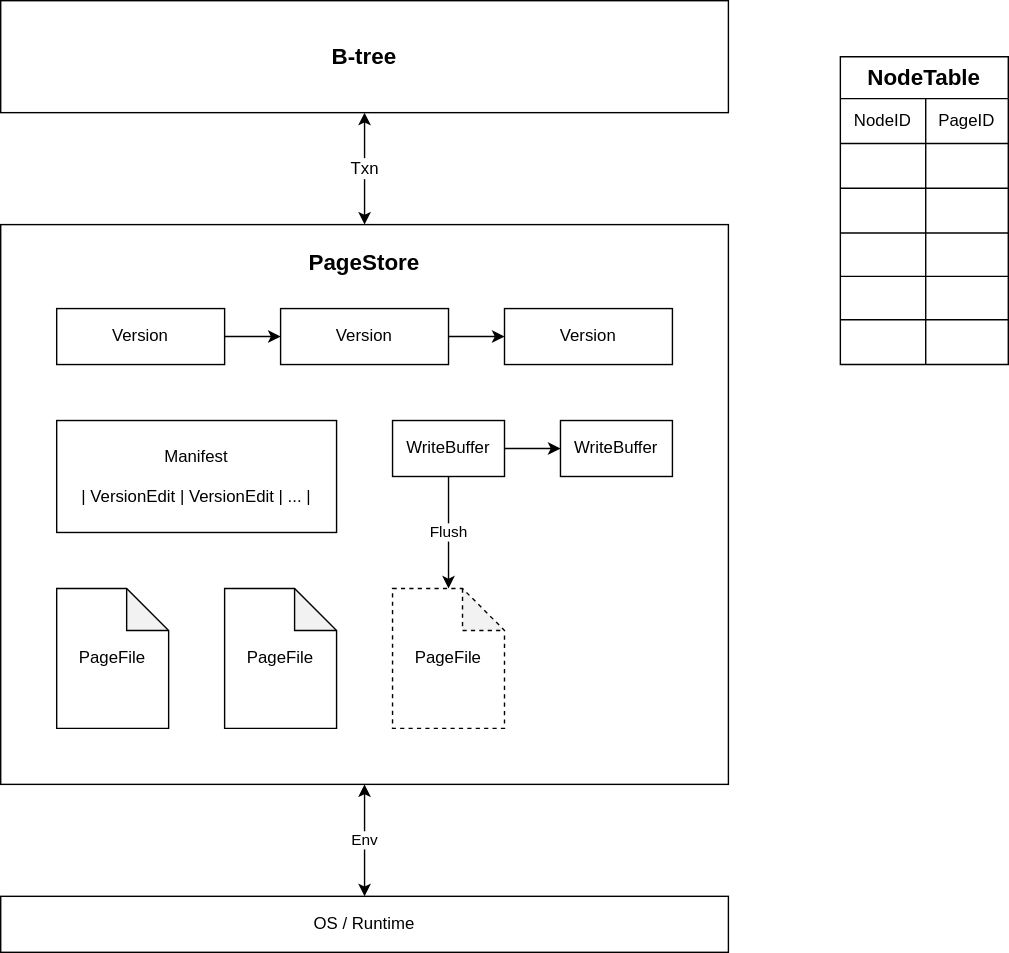
photondb/photondb keeps this draw.io diagram as doc/media/architecture.drawio.svg. Above is the earlier version. Source tidied: cells renumbered, new cells last; positions are measured from the earlier drawing's top-left corner, leaving out a move shared by most shapes. The source it was exported from:
```xml
<mxGraphModel>
  <root>
    <mxCell id="0" />
    <mxCell id="1" parent="0" />
    <mxCell id="2" value="Txn" style="edgeStyle=orthogonalEdgeStyle;rounded=0;jettySize=auto;html=1;exitX=0.5;exitY=1;exitDx=0;exitDy=0;entryX=0.5;entryY=0;entryDx=0;entryDy=0;fontSize=12;startArrow=classic;startFill=1;" parent="1" edge="1" source="3" target="5">
      <mxGeometry relative="1" as="geometry" />
    </mxCell>
    <mxCell id="3" value="B-tree" style="rounded=0;whiteSpace=wrap;html=1;fontStyle=1;fontSize=16;" parent="1" vertex="1">
      <mxGeometry width="520" height="80" as="geometry" />
    </mxCell>
    <mxCell id="4" value="Env" style="edgeStyle=orthogonalEdgeStyle;rounded=0;jettySize=auto;html=1;startArrow=classic;startFill=1;" parent="1" edge="1" source="5" target="38">
      <mxGeometry relative="1" as="geometry" />
    </mxCell>
    <mxCell id="5" value="PageStore&lt;br style=&quot;font-size: 16px;&quot; /&gt;&lt;br style=&quot;font-size: 16px;&quot; /&gt;&lt;br style=&quot;font-size: 16px;&quot; /&gt;&lt;br style=&quot;font-size: 16px;&quot; /&gt;&lt;br style=&quot;font-size: 16px;&quot; /&gt;&lt;br style=&quot;font-size: 16px;&quot; /&gt;&lt;br style=&quot;font-size: 16px;&quot; /&gt;&lt;br style=&quot;font-size: 16px;&quot; /&gt;&lt;br style=&quot;font-size: 16px;&quot; /&gt;&lt;br style=&quot;font-size: 16px;&quot; /&gt;&lt;br style=&quot;font-size: 16px;&quot; /&gt;&lt;br style=&quot;font-size: 16px;&quot; /&gt;&lt;br style=&quot;font-size: 16px;&quot; /&gt;&lt;br style=&quot;font-size: 16px;&quot; /&gt;&lt;br style=&quot;font-size: 16px;&quot; /&gt;&lt;br style=&quot;font-size: 16px;&quot; /&gt;&lt;br style=&quot;font-size: 16px;&quot; /&gt;&lt;br style=&quot;font-size: 16px;&quot; /&gt;&lt;br style=&quot;font-size: 16px;&quot; /&gt;" style="rounded=0;whiteSpace=wrap;html=1;fillColor=#ffffff;fontStyle=1;fontSize=16;" parent="1" vertex="1">
      <mxGeometry y="160" width="520" height="400" as="geometry" />
    </mxCell>
    <mxCell id="6" value="Manifest&lt;br /&gt;&lt;br /&gt;| VersionEdit | VersionEdit | ... |" style="rounded=0;whiteSpace=wrap;html=1;" parent="1" vertex="1">
      <mxGeometry x="40" y="300" width="200" height="80" as="geometry" />
    </mxCell>
    <mxCell id="7" style="edgeStyle=orthogonalEdgeStyle;rounded=0;jettySize=auto;html=1;" parent="1" edge="1" source="8" target="10">
      <mxGeometry relative="1" as="geometry" />
    </mxCell>
    <mxCell id="8" value="Version" style="rounded=0;whiteSpace=wrap;html=1;" parent="1" vertex="1">
      <mxGeometry x="40" y="220" width="120" height="40" as="geometry" />
    </mxCell>
    <mxCell id="9" style="edgeStyle=orthogonalEdgeStyle;rounded=0;jettySize=auto;html=1;" parent="1" edge="1" source="10" target="17">
      <mxGeometry relative="1" as="geometry" />
    </mxCell>
    <mxCell id="10" value="Version" style="rounded=0;whiteSpace=wrap;html=1;" parent="1" vertex="1">
      <mxGeometry x="200" y="220" width="120" height="40" as="geometry" />
    </mxCell>
    <mxCell id="11" style="edgeStyle=orthogonalEdgeStyle;rounded=0;jettySize=auto;html=1;" parent="1" edge="1" source="13" target="16">
      <mxGeometry relative="1" as="geometry" />
    </mxCell>
    <mxCell id="12" value="Flush" style="edgeStyle=orthogonalEdgeStyle;rounded=0;jettySize=auto;html=1;" parent="1" edge="1" source="13" target="18">
      <mxGeometry relative="1" as="geometry" />
    </mxCell>
    <mxCell id="13" value="WriteBuffer" style="rounded=0;whiteSpace=wrap;html=1;" parent="1" vertex="1">
      <mxGeometry x="280" y="300" width="80" height="40" as="geometry" />
    </mxCell>
    <mxCell id="14" value="PageFile" style="shape=note;whiteSpace=wrap;html=1;backgroundOutline=1;darkOpacity=0.05;" parent="1" vertex="1">
      <mxGeometry x="40" y="420" width="80" height="100" as="geometry" />
    </mxCell>
    <mxCell id="15" value="PageFile" style="shape=note;whiteSpace=wrap;html=1;backgroundOutline=1;darkOpacity=0.05;" parent="1" vertex="1">
      <mxGeometry x="160" y="420" width="80" height="100" as="geometry" />
    </mxCell>
    <mxCell id="16" value="WriteBuffer" style="rounded=0;whiteSpace=wrap;html=1;" parent="1" vertex="1">
      <mxGeometry x="400" y="300" width="80" height="40" as="geometry" />
    </mxCell>
    <mxCell id="17" value="Version" style="rounded=0;whiteSpace=wrap;html=1;" parent="1" vertex="1">
      <mxGeometry x="360" y="220" width="120" height="40" as="geometry" />
    </mxCell>
    <mxCell id="18" value="PageFile" style="shape=note;whiteSpace=wrap;html=1;backgroundOutline=1;darkOpacity=0.05;dashed=1;" parent="1" vertex="1">
      <mxGeometry x="280" y="420" width="80" height="100" as="geometry" />
    </mxCell>
    <mxCell id="19" value="NodeTable" style="shape=table;html=1;whiteSpace=wrap;startSize=30;fontStyle=1;align=center;fillColor=#ffffff;fontSize=16;" parent="1" vertex="1">
      <mxGeometry x="600" y="40" width="120" height="220" as="geometry" />
    </mxCell>
    <mxCell id="20" style="shape=partialRectangle;html=1;whiteSpace=wrap;fillColor=none;top=0;left=0;bottom=0;right=0;" parent="19" vertex="1">
      <mxGeometry y="30" width="120" height="32" as="geometry" />
    </mxCell>
    <mxCell id="21" value="NodeID" style="shape=partialRectangle;html=1;whiteSpace=wrap;fillColor=none;top=0;left=0;bottom=0;right=0;overflow=hidden;" parent="20" vertex="1">
      <mxGeometry width="61" height="32" as="geometry" />
    </mxCell>
    <mxCell id="22" value="PageID" style="shape=partialRectangle;html=1;whiteSpace=wrap;fillColor=none;top=0;left=0;bottom=0;right=0;overflow=hidden;" parent="20" vertex="1">
      <mxGeometry x="61" width="59" height="32" as="geometry" />
    </mxCell>
    <mxCell id="23" style="shape=partialRectangle;html=1;whiteSpace=wrap;fillColor=none;top=0;left=0;bottom=0;right=0;" parent="19" vertex="1">
      <mxGeometry y="62" width="120" height="32" as="geometry" />
    </mxCell>
    <mxCell id="24" style="shape=partialRectangle;html=1;whiteSpace=wrap;fillColor=none;top=0;left=0;bottom=0;right=0;overflow=hidden;" parent="23" vertex="1">
      <mxGeometry width="61" height="32" as="geometry" />
    </mxCell>
    <mxCell id="25" style="shape=partialRectangle;html=1;whiteSpace=wrap;fillColor=none;top=0;left=0;bottom=0;right=0;overflow=hidden;" parent="23" vertex="1">
      <mxGeometry x="61" width="59" height="32" as="geometry" />
    </mxCell>
    <mxCell id="26" style="shape=partialRectangle;html=1;whiteSpace=wrap;fillColor=none;top=0;left=0;bottom=0;right=0;" parent="19" vertex="1">
      <mxGeometry y="94" width="120" height="32" as="geometry" />
    </mxCell>
    <mxCell id="27" style="shape=partialRectangle;html=1;whiteSpace=wrap;fillColor=none;top=0;left=0;bottom=0;right=0;overflow=hidden;" parent="26" vertex="1">
      <mxGeometry width="61" height="32" as="geometry" />
    </mxCell>
    <mxCell id="28" style="shape=partialRectangle;html=1;whiteSpace=wrap;fillColor=none;top=0;left=0;bottom=0;right=0;overflow=hidden;" parent="26" vertex="1">
      <mxGeometry x="61" width="59" height="32" as="geometry" />
    </mxCell>
    <mxCell id="29" style="shape=partialRectangle;html=1;whiteSpace=wrap;fillColor=none;top=0;left=0;bottom=0;right=0;" parent="19" vertex="1">
      <mxGeometry y="126" width="120" height="31" as="geometry" />
    </mxCell>
    <mxCell id="30" style="shape=partialRectangle;html=1;whiteSpace=wrap;fillColor=none;top=0;left=0;bottom=0;right=0;overflow=hidden;" parent="29" vertex="1">
      <mxGeometry width="61" height="31" as="geometry" />
    </mxCell>
    <mxCell id="31" style="shape=partialRectangle;html=1;whiteSpace=wrap;fillColor=none;top=0;left=0;bottom=0;right=0;overflow=hidden;" parent="29" vertex="1">
      <mxGeometry x="61" width="59" height="31" as="geometry" />
    </mxCell>
    <mxCell id="32" style="shape=partialRectangle;html=1;whiteSpace=wrap;fillColor=none;top=0;left=0;bottom=0;right=0;" parent="19" vertex="1">
      <mxGeometry y="157" width="120" height="31" as="geometry" />
    </mxCell>
    <mxCell id="33" style="shape=partialRectangle;html=1;whiteSpace=wrap;fillColor=none;top=0;left=0;bottom=0;right=0;overflow=hidden;" parent="32" vertex="1">
      <mxGeometry width="61" height="31" as="geometry" />
    </mxCell>
    <mxCell id="34" style="shape=partialRectangle;html=1;whiteSpace=wrap;fillColor=none;top=0;left=0;bottom=0;right=0;overflow=hidden;" parent="32" vertex="1">
      <mxGeometry x="61" width="59" height="31" as="geometry" />
    </mxCell>
    <mxCell id="35" style="shape=partialRectangle;html=1;whiteSpace=wrap;fillColor=none;top=0;left=0;bottom=0;right=0;" parent="19" vertex="1">
      <mxGeometry y="188" width="120" height="32" as="geometry" />
    </mxCell>
    <mxCell id="36" style="shape=partialRectangle;html=1;whiteSpace=wrap;fillColor=none;top=0;left=0;bottom=0;right=0;overflow=hidden;" parent="35" vertex="1">
      <mxGeometry width="61" height="32" as="geometry" />
    </mxCell>
    <mxCell id="37" style="shape=partialRectangle;html=1;whiteSpace=wrap;fillColor=none;top=0;left=0;bottom=0;right=0;overflow=hidden;" parent="35" vertex="1">
      <mxGeometry x="61" width="59" height="32" as="geometry" />
    </mxCell>
    <mxCell id="38" value="OS / Runtime" style="rounded=0;whiteSpace=wrap;html=1;" parent="1" vertex="1">
      <mxGeometry y="640" width="520" height="40" as="geometry" />
    </mxCell>
  </root>
</mxGraphModel>
```
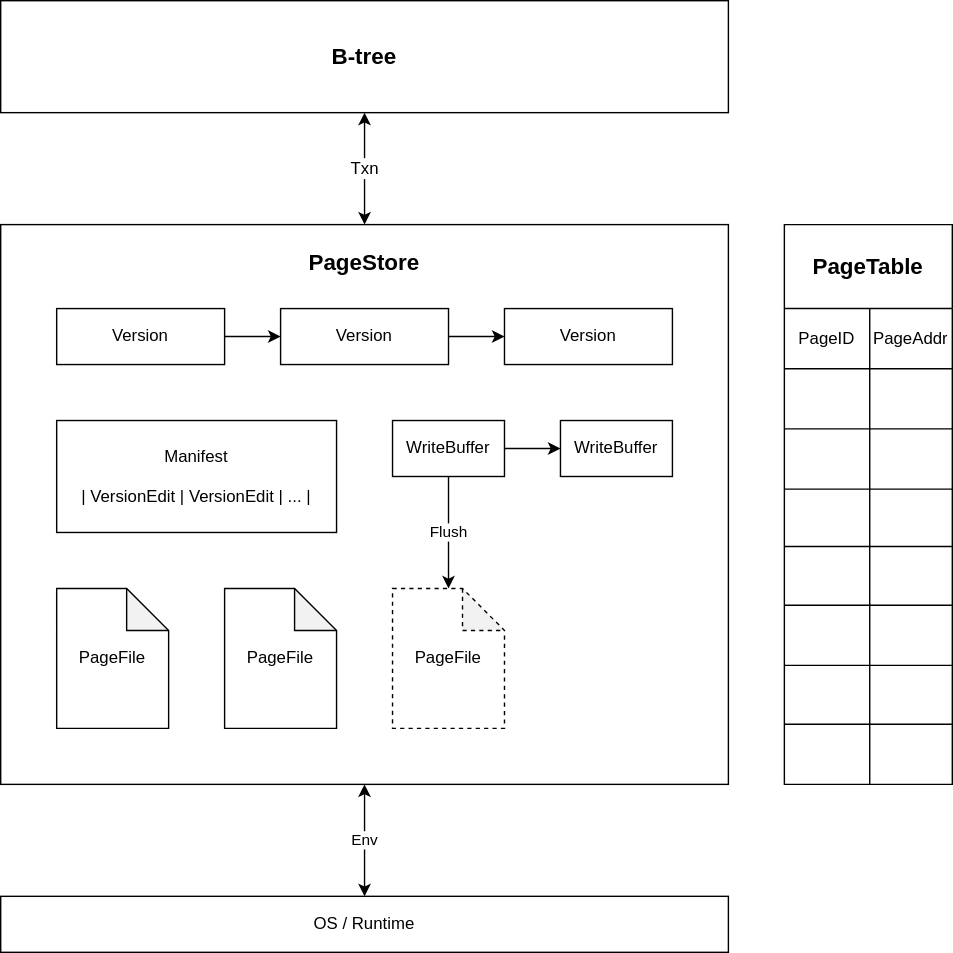
The same file after the commit.

Diff of the diagram source:
```diff
@@ -53,63 +53,81 @@
     <mxCell id="18" value="PageFile" style="shape=note;whiteSpace=wrap;html=1;backgroundOutline=1;darkOpacity=0.05;dashed=1;" parent="1" vertex="1">
       <mxGeometry x="280" y="420" width="80" height="100" as="geometry" />
     </mxCell>
-    <mxCell id="19" value="NodeTable" style="shape=table;html=1;whiteSpace=wrap;startSize=30;fontStyle=1;align=center;fillColor=#ffffff;fontSize=16;" parent="1" vertex="1">
-      <mxGeometry x="600" y="40" width="120" height="220" as="geometry" />
+    <mxCell id="19" value="PageTable" style="shape=table;html=1;whiteSpace=wrap;startSize=60;fontStyle=1;align=center;fillColor=#ffffff;fontSize=16;" parent="1" vertex="1">
+      <mxGeometry x="560" y="160" width="120" height="400" as="geometry" />
     </mxCell>
     <mxCell id="20" style="shape=partialRectangle;html=1;whiteSpace=wrap;fillColor=none;top=0;left=0;bottom=0;right=0;" parent="19" vertex="1">
-      <mxGeometry y="30" width="120" height="32" as="geometry" />
+      <mxGeometry y="60" width="120" height="43" as="geometry" />
     </mxCell>
-    <mxCell id="21" value="NodeID" style="shape=partialRectangle;html=1;whiteSpace=wrap;fillColor=none;top=0;left=0;bottom=0;right=0;overflow=hidden;" parent="20" vertex="1">
-      <mxGeometry width="61" height="32" as="geometry" />
+    <mxCell id="21" value="PageID" style="shape=partialRectangle;html=1;whiteSpace=wrap;fillColor=none;top=0;left=0;bottom=0;right=0;overflow=hidden;" parent="20" vertex="1">
+      <mxGeometry width="61" height="43" as="geometry" />
     </mxCell>
-    <mxCell id="22" value="PageID" style="shape=partialRectangle;html=1;whiteSpace=wrap;fillColor=none;top=0;left=0;bottom=0;right=0;overflow=hidden;" parent="20" vertex="1">
-      <mxGeometry x="61" width="59" height="32" as="geometry" />
+    <mxCell id="22" value="PageAddr" style="shape=partialRectangle;html=1;whiteSpace=wrap;fillColor=none;top=0;left=0;bottom=0;right=0;overflow=hidden;" parent="20" vertex="1">
+      <mxGeometry x="61" width="59" height="43" as="geometry" />
     </mxCell>
     <mxCell id="23" style="shape=partialRectangle;html=1;whiteSpace=wrap;fillColor=none;top=0;left=0;bottom=0;right=0;" parent="19" vertex="1">
-      <mxGeometry y="62" width="120" height="32" as="geometry" />
+      <mxGeometry y="103" width="120" height="43" as="geometry" />
     </mxCell>
     <mxCell id="24" style="shape=partialRectangle;html=1;whiteSpace=wrap;fillColor=none;top=0;left=0;bottom=0;right=0;overflow=hidden;" parent="23" vertex="1">
-      <mxGeometry width="61" height="32" as="geometry" />
+      <mxGeometry width="61" height="43" as="geometry" />
     </mxCell>
     <mxCell id="25" style="shape=partialRectangle;html=1;whiteSpace=wrap;fillColor=none;top=0;left=0;bottom=0;right=0;overflow=hidden;" parent="23" vertex="1">
-      <mxGeometry x="61" width="59" height="32" as="geometry" />
+      <mxGeometry x="61" width="59" height="43" as="geometry" />
     </mxCell>
     <mxCell id="26" style="shape=partialRectangle;html=1;whiteSpace=wrap;fillColor=none;top=0;left=0;bottom=0;right=0;" parent="19" vertex="1">
-      <mxGeometry y="94" width="120" height="32" as="geometry" />
+      <mxGeometry y="146" width="120" height="43" as="geometry" />
     </mxCell>
     <mxCell id="27" style="shape=partialRectangle;html=1;whiteSpace=wrap;fillColor=none;top=0;left=0;bottom=0;right=0;overflow=hidden;" parent="26" vertex="1">
-      <mxGeometry width="61" height="32" as="geometry" />
+      <mxGeometry width="61" height="43" as="geometry" />
     </mxCell>
     <mxCell id="28" style="shape=partialRectangle;html=1;whiteSpace=wrap;fillColor=none;top=0;left=0;bottom=0;right=0;overflow=hidden;" parent="26" vertex="1">
-      <mxGeometry x="61" width="59" height="32" as="geometry" />
+      <mxGeometry x="61" width="59" height="43" as="geometry" />
     </mxCell>
     <mxCell id="29" style="shape=partialRectangle;html=1;whiteSpace=wrap;fillColor=none;top=0;left=0;bottom=0;right=0;" parent="19" vertex="1">
-      <mxGeometry y="126" width="120" height="31" as="geometry" />
+      <mxGeometry y="189" width="120" height="41" as="geometry" />
     </mxCell>
     <mxCell id="30" style="shape=partialRectangle;html=1;whiteSpace=wrap;fillColor=none;top=0;left=0;bottom=0;right=0;overflow=hidden;" parent="29" vertex="1">
-      <mxGeometry width="61" height="31" as="geometry" />
+      <mxGeometry width="61" height="41" as="geometry" />
     </mxCell>
     <mxCell id="31" style="shape=partialRectangle;html=1;whiteSpace=wrap;fillColor=none;top=0;left=0;bottom=0;right=0;overflow=hidden;" parent="29" vertex="1">
-      <mxGeometry x="61" width="59" height="31" as="geometry" />
+      <mxGeometry x="61" width="59" height="41" as="geometry" />
     </mxCell>
     <mxCell id="32" style="shape=partialRectangle;html=1;whiteSpace=wrap;fillColor=none;top=0;left=0;bottom=0;right=0;" parent="19" vertex="1">
-      <mxGeometry y="157" width="120" height="31" as="geometry" />
+      <mxGeometry y="230" width="120" height="42" as="geometry" />
     </mxCell>
     <mxCell id="33" style="shape=partialRectangle;html=1;whiteSpace=wrap;fillColor=none;top=0;left=0;bottom=0;right=0;overflow=hidden;" parent="32" vertex="1">
-      <mxGeometry width="61" height="31" as="geometry" />
+      <mxGeometry width="61" height="42" as="geometry" />
     </mxCell>
     <mxCell id="34" style="shape=partialRectangle;html=1;whiteSpace=wrap;fillColor=none;top=0;left=0;bottom=0;right=0;overflow=hidden;" parent="32" vertex="1">
-      <mxGeometry x="61" width="59" height="31" as="geometry" />
+      <mxGeometry x="61" width="59" height="42" as="geometry" />
     </mxCell>
     <mxCell id="35" style="shape=partialRectangle;html=1;whiteSpace=wrap;fillColor=none;top=0;left=0;bottom=0;right=0;" parent="19" vertex="1">
-      <mxGeometry y="188" width="120" height="32" as="geometry" />
+      <mxGeometry y="272" width="120" height="43" as="geometry" />
     </mxCell>
     <mxCell id="36" style="shape=partialRectangle;html=1;whiteSpace=wrap;fillColor=none;top=0;left=0;bottom=0;right=0;overflow=hidden;" parent="35" vertex="1">
-      <mxGeometry width="61" height="32" as="geometry" />
+      <mxGeometry width="61" height="43" as="geometry" />
     </mxCell>
     <mxCell id="37" style="shape=partialRectangle;html=1;whiteSpace=wrap;fillColor=none;top=0;left=0;bottom=0;right=0;overflow=hidden;" parent="35" vertex="1">
-      <mxGeometry x="61" width="59" height="32" as="geometry" />
+      <mxGeometry x="61" width="59" height="43" as="geometry" />
     </mxCell>
+    <mxCell id="39" style="shape=partialRectangle;html=1;whiteSpace=wrap;fillColor=none;top=0;left=0;bottom=0;right=0;" parent="19" vertex="1">
+      <mxGeometry y="315" width="120" height="42" as="geometry" />
+    </mxCell>
+    <mxCell id="40" style="shape=partialRectangle;html=1;whiteSpace=wrap;fillColor=none;top=0;left=0;bottom=0;right=0;overflow=hidden;" parent="39" vertex="1">
+      <mxGeometry width="61" height="42" as="geometry" />
+    </mxCell>
+    <mxCell id="41" style="shape=partialRectangle;html=1;whiteSpace=wrap;fillColor=none;top=0;left=0;bottom=0;right=0;overflow=hidden;" parent="39" vertex="1">
+      <mxGeometry x="61" width="59" height="42" as="geometry" />
+    </mxCell>
+    <mxCell id="42" style="shape=partialRectangle;html=1;whiteSpace=wrap;fillColor=none;top=0;left=0;bottom=0;right=0;" parent="19" vertex="1">
+      <mxGeometry y="357" width="120" height="43" as="geometry" />
+    </mxCell>
+    <mxCell id="43" style="shape=partialRectangle;html=1;whiteSpace=wrap;fillColor=none;top=0;left=0;bottom=0;right=0;overflow=hidden;" parent="42" vertex="1">
+      <mxGeometry width="61" height="43" as="geometry" />
+    </mxCell>
+    <mxCell id="44" style="shape=partialRectangle;html=1;whiteSpace=wrap;fillColor=none;top=0;left=0;bottom=0;right=0;overflow=hidden;" parent="42" vertex="1">
+      <mxGeometry x="61" width="59" height="43" as="geometry" />
+    </mxCell>
     <mxCell id="38" value="OS / Runtime" style="rounded=0;whiteSpace=wrap;html=1;" parent="1" vertex="1">
       <mxGeometry y="640" width="520" height="40" as="geometry" />
     </mxCell>
```
